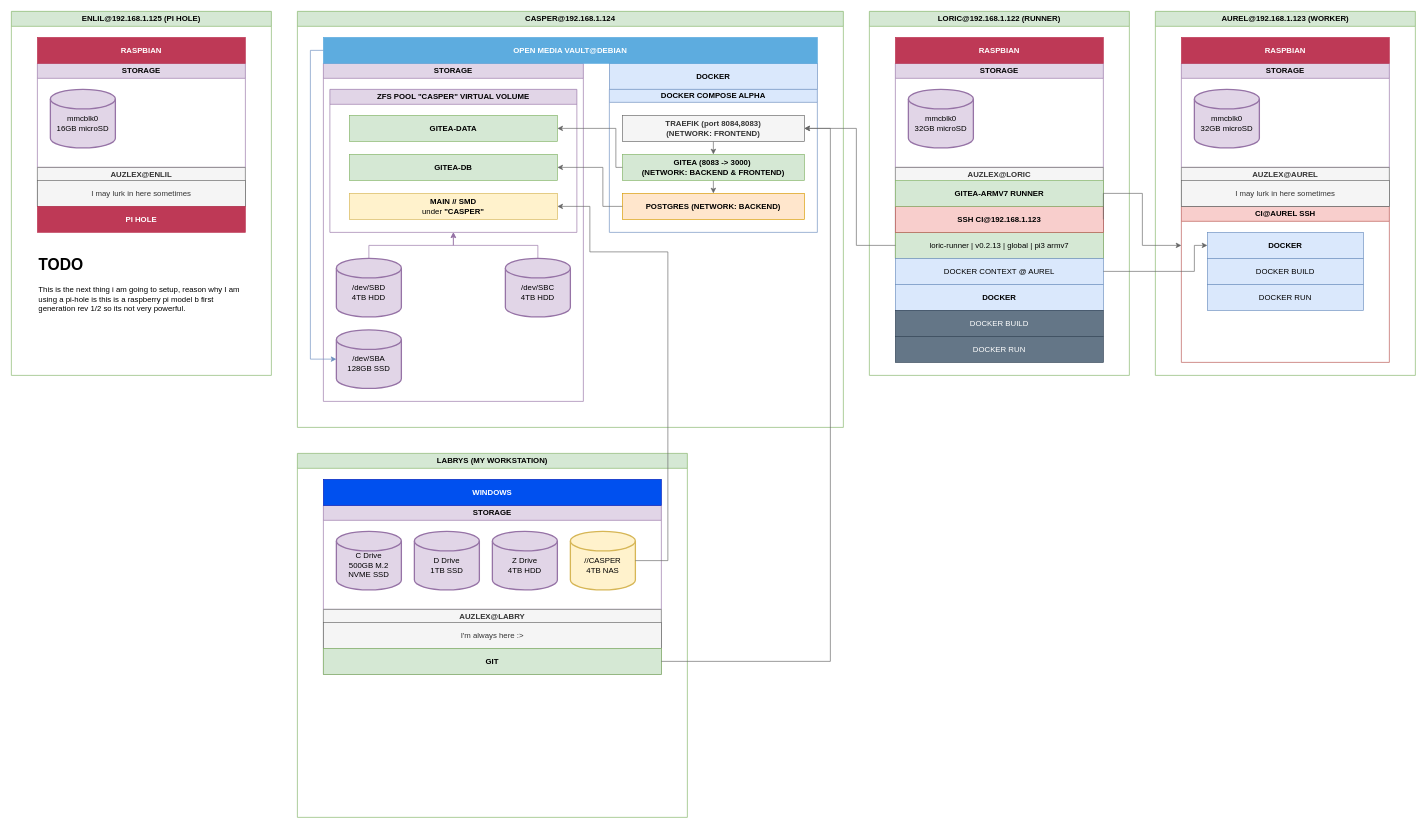
Earlier version of the draw.io diagram my home lab setup.drawio (Auzlex/my-home-lab). Source tidied: cells renumbered, new cells numbered last; positions are measured from the earlier drawing's top-left corner, leaving out a move shared by most shapes. Both pictures are drawn from the tidied source at 65%, with x=0, y=0 at pixel (11, 11).
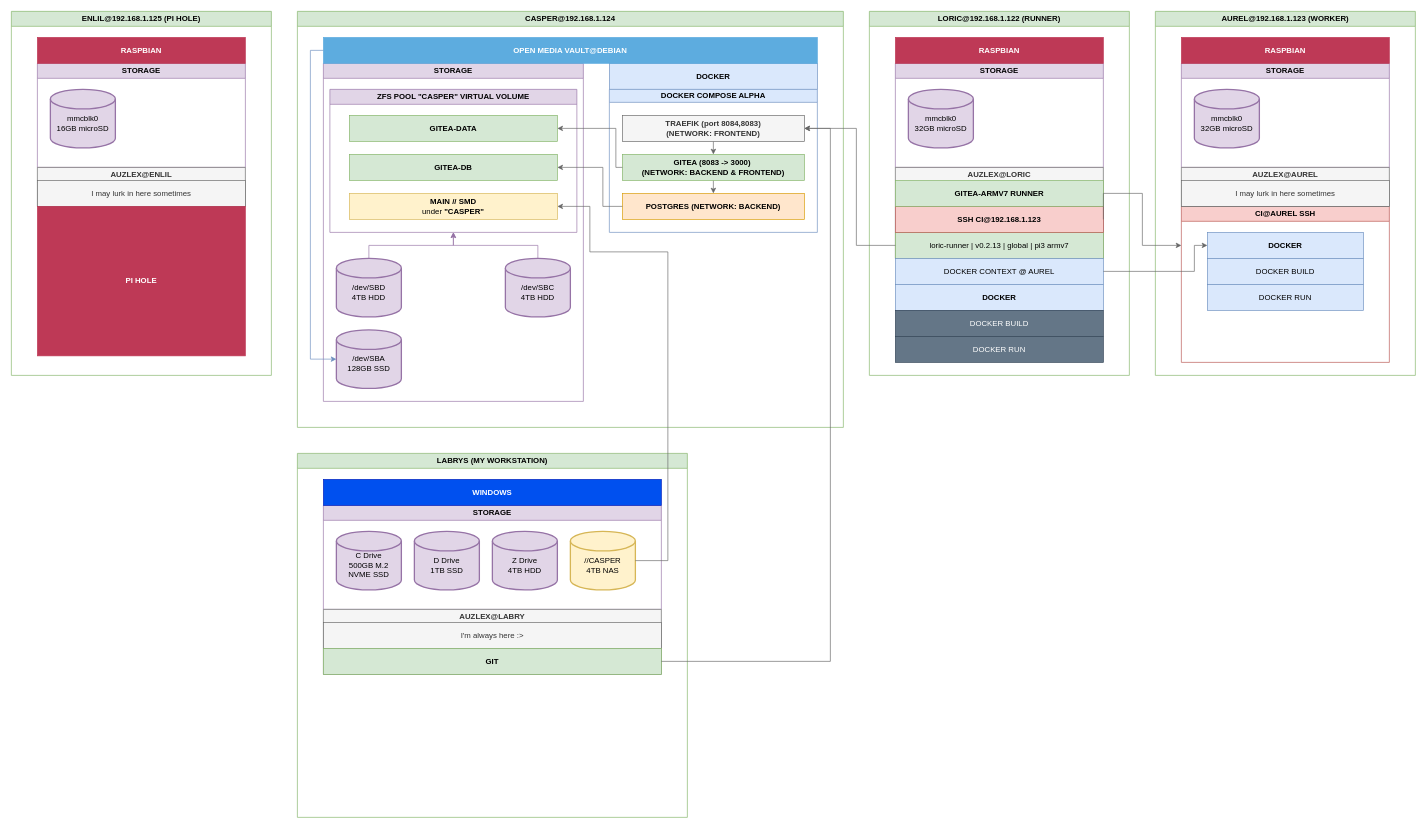
The same page after the edit.

The change refers to these unchanged cells:
```xml
<mxCell id="49" value="ENLIL@&lt;span style=&quot;color: light-dark(rgb(0, 0, 0), rgb(255, 255, 255)); background-color: transparent;&quot;&gt;192.168.1.125 (PI HOLE)&lt;/span&gt;" style="swimlane;whiteSpace=wrap;html=1;fillColor=#d5e8d4;strokeColor=#82b366;" parent="1" vertex="1">
  <mxGeometry width="400" height="560" as="geometry" />
</mxCell>
```

Diff of the diagram source:
```diff
@@
     <mxCell id="55" value="&lt;b&gt;PI HOLE&lt;/b&gt;" style="rounded=0;whiteSpace=wrap;html=1;fillColor=light-dark(#be3956, #954641);strokeColor=light-dark(#be3956, #b3746d);fontColor=light-dark(#FFFFFF,#DBABAB);" parent="49" vertex="1">
-      <mxGeometry x="40" y="300" width="320" height="40" as="geometry" />
+      <mxGeometry x="40" y="300" width="320" height="230" as="geometry" />
     </mxCell>
-    <mxCell id="56" value="&lt;h1 style=&quot;margin-top: 0px;&quot;&gt;TODO&lt;/h1&gt;&lt;p&gt;This is the next thing i am going to setup, reason why I am using a pi-hole is this is a raspberry pi model b first generation rev 1/2 so its not very powerful.&lt;/p&gt;" style="text;html=1;whiteSpace=wrap;overflow=hidden;rounded=0;" parent="49" vertex="1">
-      <mxGeometry x="40" y="370" width="320" height="110" as="geometry" />
-    </mxCell>
```
